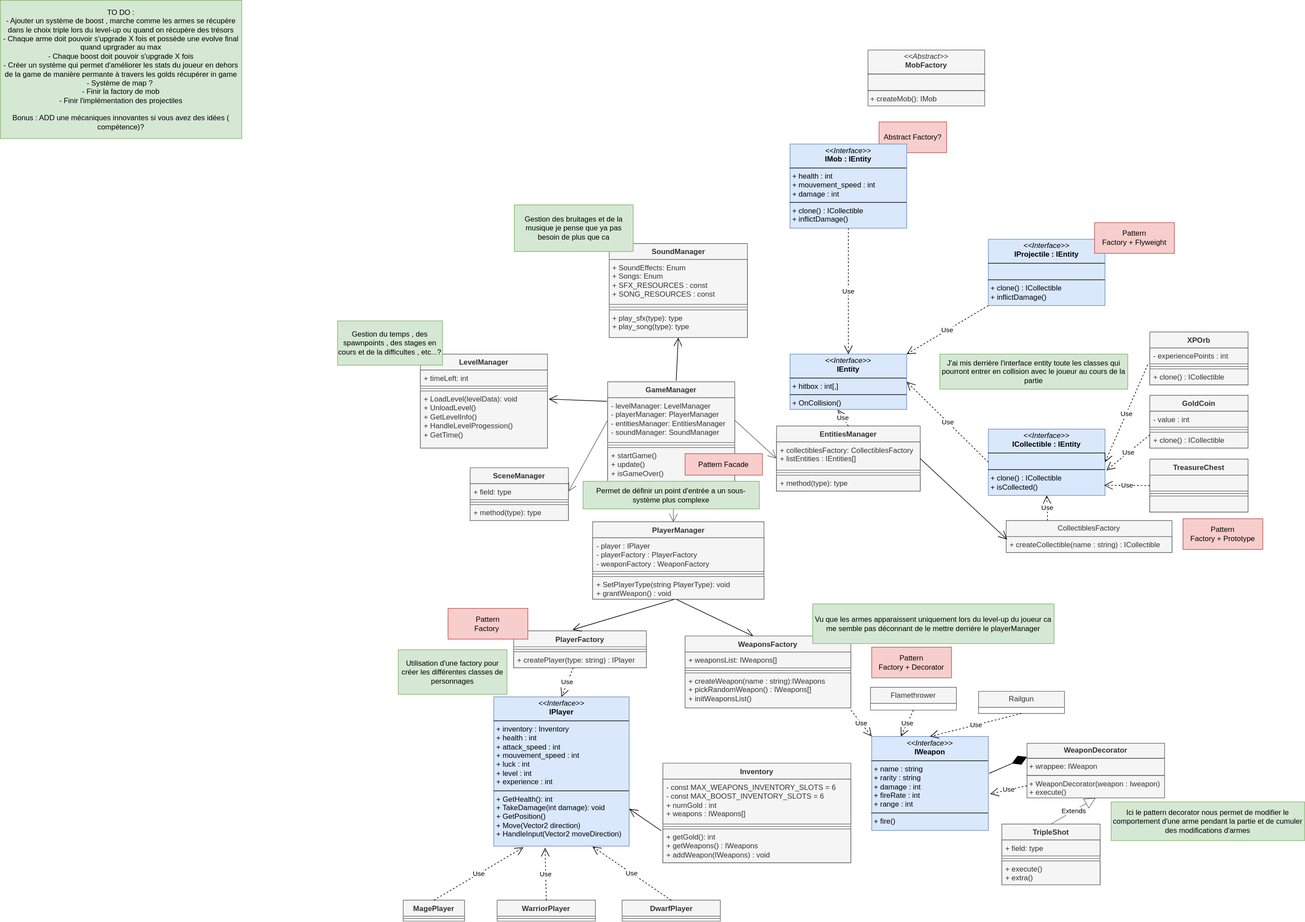
This is class_diagram.drawio.svg from CNAM-gaming/vampire_survivors, a draw.io export, as it was before one commit. Source tidied: cells renumbered, new cells last; positions are measured from the earlier drawing's top-left corner, leaving out a move shared by most shapes.
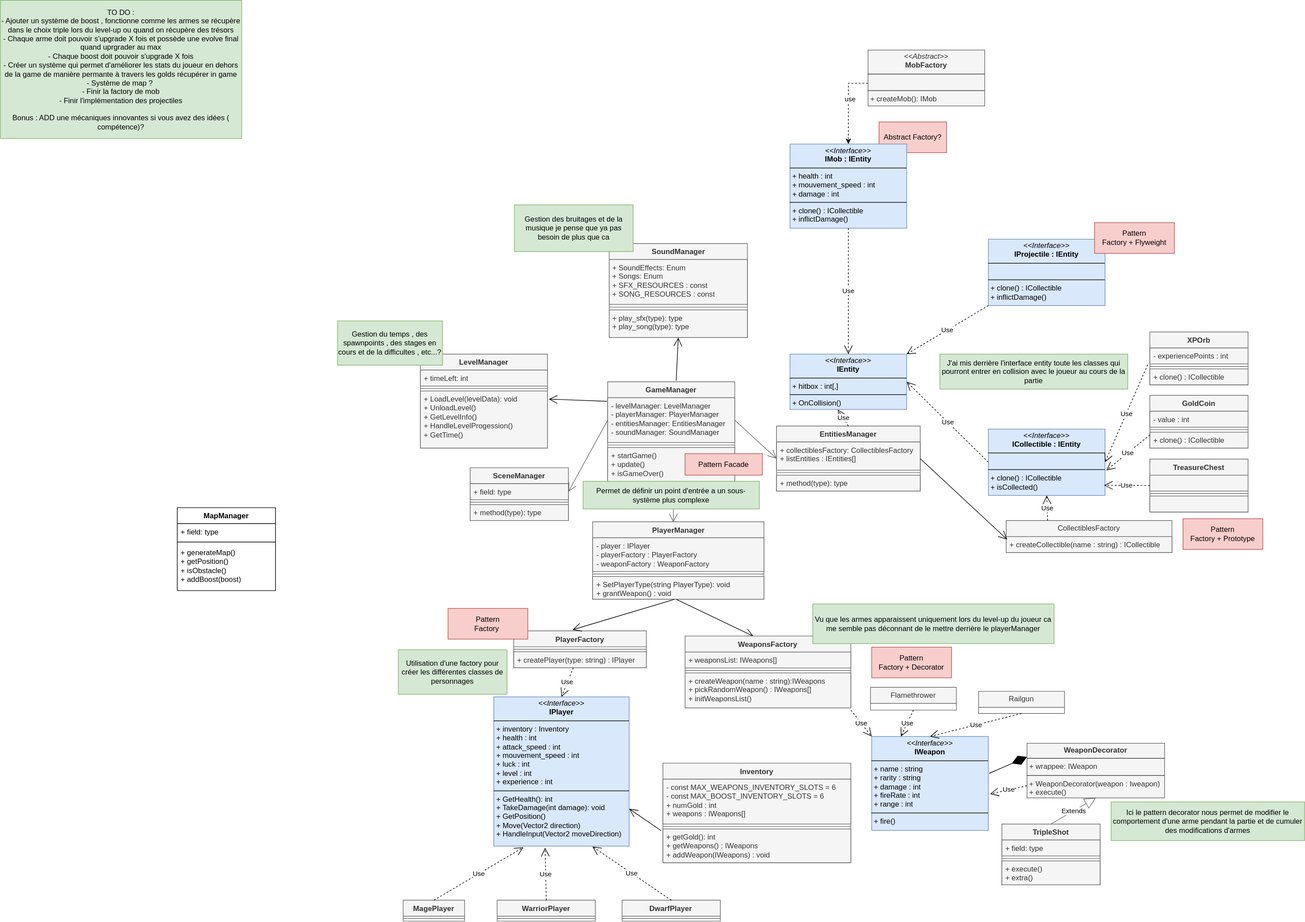
Later version of the same file.

Commit message:
Mettre à jour class_diagram.drawio.svg

What changed in the source:
```diff
@@ -56,6 +56,16 @@
     <mxCell id="19" value="Use" style="endArrow=open;endSize=12;dashed=1;html=1;rounded=0;entryX=1.015;entryY=0.611;entryDx=0;entryDy=0;entryPerimeter=0;" parent="1" edge="1" source="10" target="5">
       <mxGeometry relative="1" as="geometry" />
     </mxCell>
+    <mxCell id="112" style="edgeStyle=orthogonalEdgeStyle;rounded=0;jettySize=auto;html=1;entryX=0.5;entryY=0;entryDx=0;entryDy=0;dashed=1;" parent="1" edge="1" source="20" target="83">
+      <mxGeometry relative="1" as="geometry">
+        <Array as="points">
+          <mxPoint x="1381" y="135" />
+        </Array>
+      </mxGeometry>
+    </mxCell>
+    <mxCell id="113" value="use" style="edgeLabel;html=1;align=center;verticalAlign=middle;" parent="112" vertex="1">
+      <mxGeometry x="-0.12" y="2" relative="1" as="geometry" />
+    </mxCell>
     <mxCell id="20" value="&lt;p style=&quot;margin:0px;margin-top:4px;text-align:center;&quot;&gt;&lt;i&gt;&amp;lt;&amp;lt;Abstract&amp;gt;&amp;gt;&lt;/i&gt;&lt;br&gt;&lt;b&gt;MobFactory&lt;/b&gt;&lt;/p&gt;&lt;hr size=&quot;1&quot; style=&quot;border-style:solid;&quot;&gt;&lt;p style=&quot;margin:0px;margin-left:4px;&quot;&gt;&lt;br&gt;&lt;/p&gt;&lt;hr size=&quot;1&quot; style=&quot;border-style:solid;&quot;&gt;&lt;p style=&quot;margin:0px;margin-left:4px;&quot;&gt;+ createMob(): IMob&lt;/p&gt;" style="verticalAlign=top;align=left;overflow=fill;html=1;whiteSpace=wrap;fillColor=#f5f5f5;fontColor=#333333;strokeColor=#666666;" parent="1" vertex="1">
       <mxGeometry x="1413" y="81" width="190" height="91" as="geometry" />
     </mxCell>
@@ -329,8 +339,20 @@
     <mxCell id="110" value="Use" style="endArrow=open;endSize=12;dashed=1;html=1;rounded=0;exitX=0;exitY=0.5;exitDx=0;exitDy=0;entryX=0.992;entryY=0.847;entryDx=0;entryDy=0;entryPerimeter=0;" parent="1" edge="1" source="106" target="35">
       <mxGeometry relative="1" as="geometry" />
     </mxCell>
-    <mxCell id="111" value="TO DO :&lt;div&gt;- Ajouter un système de boost , marche comme les armes se récupère dans le choix triple lors du level-up ou quand on récupère des trésors&lt;/div&gt;&lt;div&gt;- Chaque arme doit pouvoir s'upgrade X fois et possède une evolve final quand uprgrader au max&lt;/div&gt;&lt;div&gt;- Chaque boost doit pouvoir s'upgrade X fois&lt;/div&gt;&lt;div&gt;- Créer un système qui permet d'améliorer les stats du joueur en dehors de la game de manière permante à travers les golds récupérer in game&lt;/div&gt;&lt;div&gt;- Système de map ?&amp;nbsp;&lt;/div&gt;&lt;div&gt;- Finir la factory de mob&lt;/div&gt;&lt;div&gt;- Finir l'implémentation des projectiles&lt;/div&gt;&lt;div&gt;&lt;br&gt;&lt;/div&gt;&lt;div&gt;Bonus : ADD une mécaniques innovantes si vous avez des idées ( compétence)?&lt;/div&gt;" style="text;html=1;align=center;verticalAlign=middle;whiteSpace=wrap;rounded=0;fillColor=#d5e8d4;strokeColor=#82b366;" parent="1" vertex="1">
+    <mxCell id="111" value="TO DO :&lt;div&gt;- Ajouter un système de boost , fonctionne comme les armes se récupère dans le choix triple lors du level-up ou quand on récupère des trésors&lt;/div&gt;&lt;div&gt;- Chaque arme doit pouvoir s'upgrade X fois et possède une evolve final quand uprgrader au max&lt;/div&gt;&lt;div&gt;- Chaque boost doit pouvoir s'upgrade X fois&lt;/div&gt;&lt;div&gt;- Créer un système qui permet d'améliorer les stats du joueur en dehors de la game de manière permante à travers les golds récupérer in game&lt;/div&gt;&lt;div&gt;- Système de map ?&amp;nbsp;&lt;/div&gt;&lt;div&gt;- Finir la factory de mob&lt;/div&gt;&lt;div&gt;- Finir l'implémentation des projectiles&lt;/div&gt;&lt;div&gt;&lt;br&gt;&lt;/div&gt;&lt;div&gt;Bonus : ADD une mécaniques innovantes si vous avez des idées ( compétence)?&lt;/div&gt;" style="text;html=1;align=center;verticalAlign=middle;whiteSpace=wrap;rounded=0;fillColor=#d5e8d4;strokeColor=#82b366;" parent="1" vertex="1">
       <mxGeometry width="393" height="225" as="geometry" />
     </mxCell>
+    <mxCell id="114" value="MapManager" style="swimlane;fontStyle=1;align=center;verticalAlign=top;horizontal=1;startSize=26;whiteSpace=wrap;html=1;" parent="1" vertex="1">
+      <mxGeometry x="288" y="826" width="160" height="135" as="geometry" />
+    </mxCell>
+    <mxCell id="115" value="+ field: type" style="text;strokeColor=none;fillColor=none;align=left;verticalAlign=top;spacingLeft=4;spacingRight=4;overflow=hidden;whiteSpace=wrap;html=1;" parent="114" vertex="1">
+      <mxGeometry y="26" width="160" height="26" as="geometry" />
+    </mxCell>
+    <mxCell id="116" style="line;strokeWidth=1;fillColor=none;align=left;verticalAlign=middle;spacingTop=-1;spacingLeft=3;spacingRight=3;labelPosition=right;strokeColor=inherit;" parent="114" vertex="1">
+      <mxGeometry y="52" width="160" height="8" as="geometry" />
+    </mxCell>
+    <mxCell id="117" value="+ generateMap()&lt;div&gt;+ getPosition()&lt;/div&gt;&lt;div&gt;+ isObstacle()&lt;/div&gt;&lt;div&gt;+ addBoost(boost)&lt;/div&gt;&lt;div&gt;&lt;br&gt;&lt;/div&gt;" style="text;strokeColor=none;fillColor=none;align=left;verticalAlign=top;spacingLeft=4;spacingRight=4;overflow=hidden;whiteSpace=wrap;html=1;" parent="114" vertex="1">
+      <mxGeometry y="60" width="160" height="75" as="geometry" />
+    </mxCell>
   </root>
 </mxGraphModel>
```
